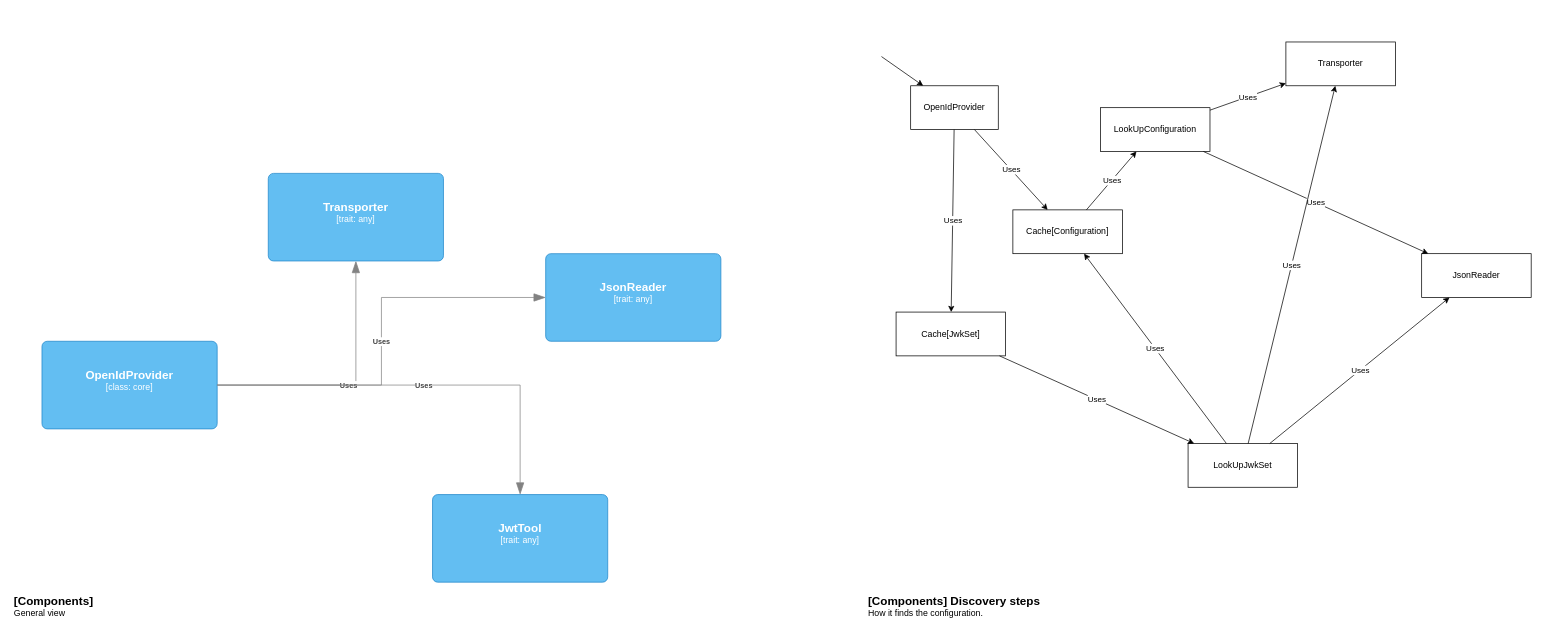
estrondo/moidc4s keeps this draw.io diagram as doc.drawio. Above is the earlier version. Source tidied: cells renumbered, new cells numbered last; positions are measured from the earlier drawing's top-left corner, leaving out a move shared by most shapes. Both pictures are drawn from the tidied source at 73%, with x=0, y=0 at pixel (12, 42).
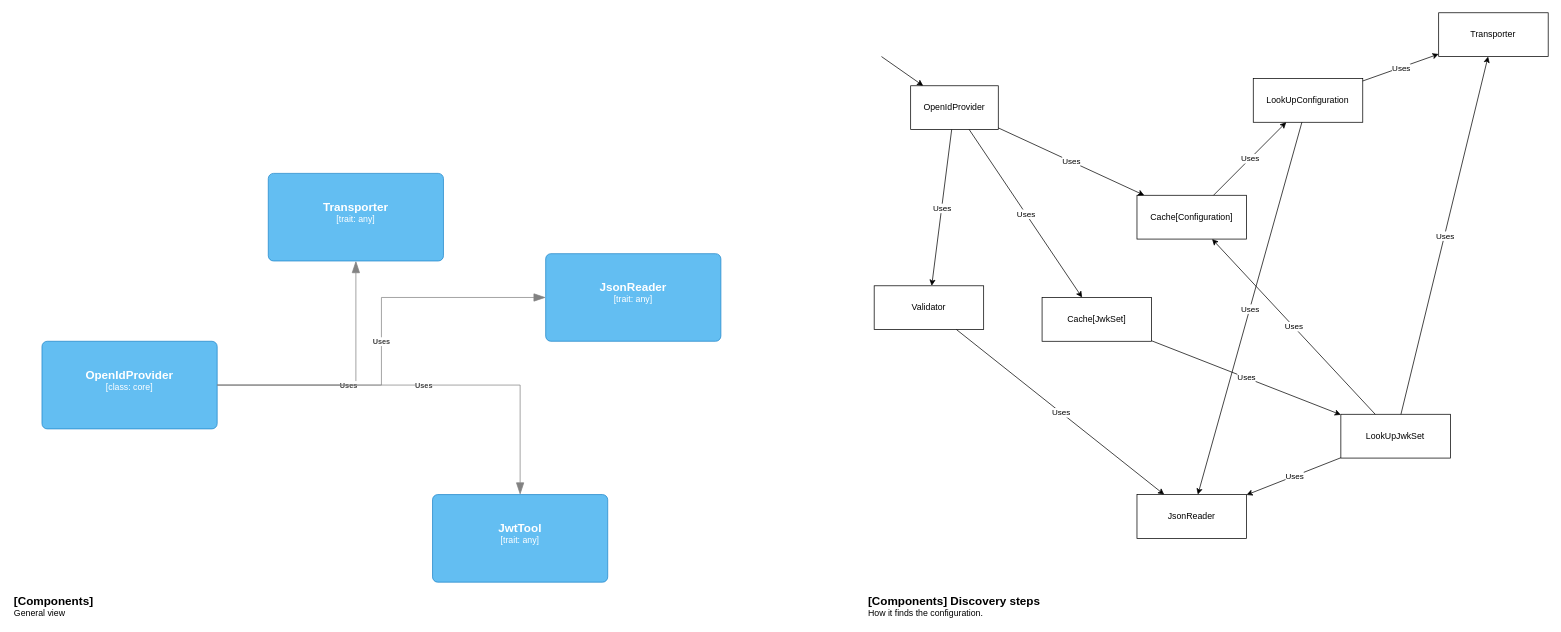
The same page after the edit.

Unchanged cells that the change refers to:
```xml
<mxCell id="11" value="OpenIdProvider" style="rounded=0;whiteSpace=wrap;html=1;" parent="1" vertex="1">
  <mxGeometry x="1230" y="60" width="120" height="60" as="geometry" />
</mxCell>
```

Diff of the diagram source:
```diff
@@
     <mxCell id="13" value="Cache[Configuration]" style="rounded=0;whiteSpace=wrap;html=1;" parent="1" vertex="1">
-      <mxGeometry x="1370" y="230" width="150" height="60" as="geometry" />
+      <mxGeometry x="1540" y="210" width="150" height="60" as="geometry" />
     </mxCell>
     <mxCell id="14" value="LookUpConfiguration" style="rounded=0;whiteSpace=wrap;html=1;" parent="1" vertex="1">
-      <mxGeometry x="1490" y="90" width="150" height="60" as="geometry" />
+      <mxGeometry x="1699.3" y="50" width="150" height="60" as="geometry" />
     </mxCell>
     <mxCell id="15" value="Transporter" style="rounded=0;whiteSpace=wrap;html=1;" parent="1" vertex="1">
-      <mxGeometry x="1744" width="150" height="60" as="geometry" />
+      <mxGeometry x="1953.3" y="-40" width="150" height="60" as="geometry" />
     </mxCell>
     <mxCell id="16" value="JsonReader" style="rounded=0;whiteSpace=wrap;html=1;" parent="1" vertex="1">
-      <mxGeometry x="1930" y="290" width="150" height="60" as="geometry" />
+      <mxGeometry x="1540" y="620" width="150" height="60" as="geometry" />
     </mxCell>
     <mxCell id="17" value="LookUpJwkSet" style="rounded=0;whiteSpace=wrap;html=1;" parent="1" vertex="1">
-      <mxGeometry x="1610" y="550" width="150" height="60" as="geometry" />
+      <mxGeometry x="1819.3" y="510" width="150" height="60" as="geometry" />
     </mxCell>
     <mxCell id="18" value="Cache[JwkSet]" style="rounded=0;whiteSpace=wrap;html=1;" parent="1" vertex="1">
-      <mxGeometry x="1210" y="370" width="150" height="60" as="geometry" />
+      <mxGeometry x="1410" y="350" width="150" height="60" as="geometry" />
     </mxCell>
@@
+    <mxCell id="37" value="Validator" style="rounded=0;whiteSpace=wrap;html=1;" parent="1" vertex="1">
+      <mxGeometry x="1180" y="334" width="150" height="60" as="geometry" />
+    </mxCell>
+    <mxCell id="38" style="endArrow=classic;html=1;rounded=0;" parent="1" edge="1" source="11" target="37">
+      <mxGeometry relative="1" as="geometry" />
+    </mxCell>
+    <mxCell id="39" value="Uses" style="edgeLabel;html=1;align=center;verticalAlign=middle;" parent="38" vertex="1">
+      <mxGeometry relative="1" as="geometry" />
+    </mxCell>
+    <mxCell id="40" style="endArrow=classic;html=1;rounded=0;" parent="1" edge="1" source="37" target="16">
+      <mxGeometry relative="1" as="geometry" />
+    </mxCell>
+    <mxCell id="41" value="Uses" style="edgeLabel;html=1;align=center;verticalAlign=middle;" parent="40" vertex="1">
+      <mxGeometry relative="1" as="geometry" />
+    </mxCell>
```
